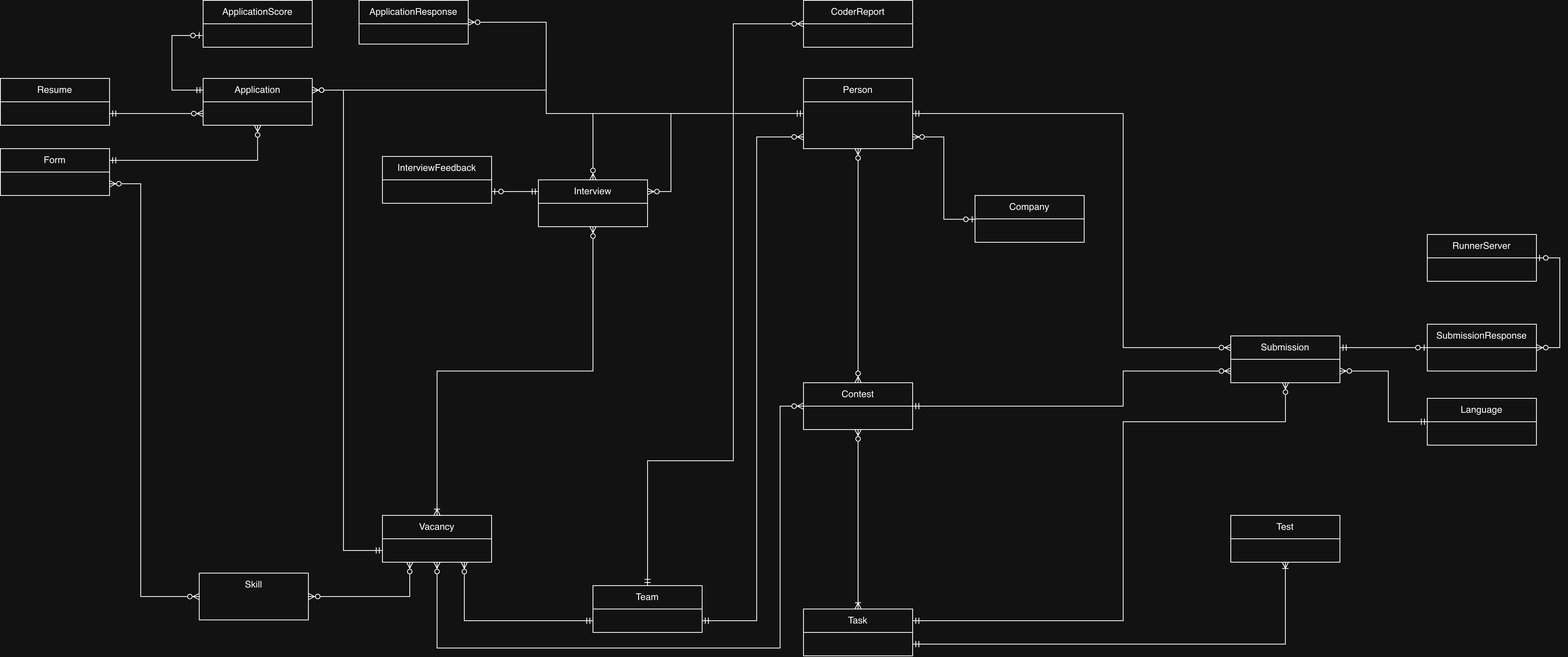
The draw.io diagram img/conceptual.drawio.png in safarislava/itmo-team, before a commit. Source tidied: cells renumbered, new cells last; positions are measured from the earlier drawing's top-left corner, leaving out a move shared by most shapes.
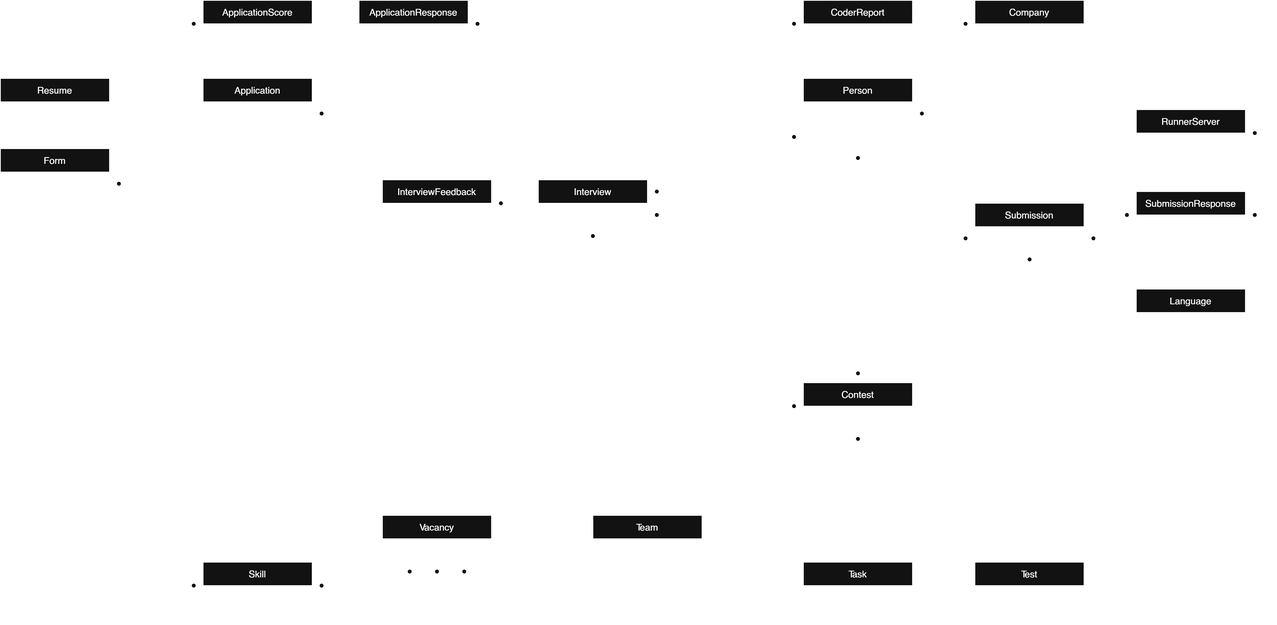
Later version of the same file.

What changed in the source:
```diff
@@ -5,3 +5,3 @@
     <mxCell id="2" value="Person" style="swimlane;fontStyle=0;horizontal=1;startSize=30;whiteSpace=wrap;html=1;" parent="1" vertex="1">
-      <mxGeometry x="1030" y="100" width="140" height="90" as="geometry" />
+      <mxGeometry x="1040" y="-170" width="140" height="90" as="geometry" />
     </mxCell>
@@ -14,3 +14,3 @@
     <mxCell id="5" value="Application" style="swimlane;fontStyle=0;horizontal=1;startSize=30;whiteSpace=wrap;html=1;" parent="1" vertex="1">
-      <mxGeometry x="260" y="100" width="140" height="60" as="geometry" />
+      <mxGeometry x="270" y="-170" width="140" height="60" as="geometry" />
     </mxCell>
@@ -20,3 +20,3 @@
     <mxCell id="7" value="Form" style="swimlane;fontStyle=0;horizontal=1;startSize=30;whiteSpace=wrap;html=1;" parent="1" vertex="1">
-      <mxGeometry y="190" width="140" height="60" as="geometry" />
+      <mxGeometry x="10" y="-80" width="140" height="60" as="geometry" />
     </mxCell>
@@ -26,3 +26,3 @@
     <mxCell id="9" value="Vacancy" style="swimlane;fontStyle=0;horizontal=1;startSize=30;whiteSpace=wrap;html=1;" parent="1" vertex="1">
-      <mxGeometry x="490" y="660" width="140" height="60" as="geometry" />
+      <mxGeometry x="500" y="390" width="140" height="60" as="geometry" />
     </mxCell>
@@ -32,6 +32,6 @@
     <mxCell id="11" value="Resume" style="swimlane;fontStyle=0;horizontal=1;startSize=30;whiteSpace=wrap;html=1;" parent="1" vertex="1">
-      <mxGeometry y="100" width="140" height="60" as="geometry" />
+      <mxGeometry x="10" y="-170" width="140" height="60" as="geometry" />
     </mxCell>
     <mxCell id="12" value="Company" style="swimlane;fontStyle=0;horizontal=1;startSize=30;whiteSpace=wrap;html=1;" parent="1" vertex="1">
-      <mxGeometry x="1250" y="250" width="140" height="60" as="geometry" />
+      <mxGeometry x="1260" y="-270" width="140" height="60" as="geometry" />
     </mxCell>
@@ -41,3 +41,3 @@
     <mxCell id="14" value="Task" style="swimlane;fontStyle=0;horizontal=1;startSize=30;whiteSpace=wrap;html=1;" parent="1" vertex="1">
-      <mxGeometry x="1030" y="780" width="140" height="60" as="geometry" />
+      <mxGeometry x="1040" y="450" width="140" height="60" as="geometry" />
     </mxCell>
@@ -47,3 +47,3 @@
     <mxCell id="16" value="Contest" style="swimlane;fontStyle=0;horizontal=1;startSize=30;whiteSpace=wrap;html=1;" parent="1" vertex="1">
-      <mxGeometry x="1030" y="490" width="140" height="60" as="geometry" />
+      <mxGeometry x="1040" y="220" width="140" height="60" as="geometry" />
     </mxCell>
@@ -53,3 +53,3 @@
     <mxCell id="18" value="Submission" style="swimlane;fontStyle=0;horizontal=1;startSize=30;whiteSpace=wrap;html=1;" parent="1" vertex="1">
-      <mxGeometry x="1578" y="430" width="140" height="60" as="geometry" />
+      <mxGeometry x="1260" y="-10" width="140" height="60" as="geometry" />
     </mxCell>
@@ -59,6 +59,6 @@
     <mxCell id="20" value="Team" style="swimlane;fontStyle=0;horizontal=1;startSize=30;whiteSpace=wrap;html=1;" parent="1" vertex="1">
-      <mxGeometry x="760" y="750" width="140" height="60" as="geometry" />
+      <mxGeometry x="770" y="390" width="140" height="60" as="geometry" />
     </mxCell>
     <mxCell id="21" value="Test" style="swimlane;fontStyle=0;horizontal=1;startSize=30;whiteSpace=wrap;html=1;" parent="1" vertex="1">
-      <mxGeometry x="1578" y="660" width="140" height="60" as="geometry" />
+      <mxGeometry x="1260" y="450" width="140" height="60" as="geometry" />
     </mxCell>
@@ -68,3 +68,3 @@
     <mxCell id="23" value="Language" style="swimlane;fontStyle=0;horizontal=1;startSize=30;whiteSpace=wrap;html=1;" parent="1" vertex="1">
-      <mxGeometry x="1830" y="510" width="140" height="60" as="geometry" />
+      <mxGeometry x="1467" y="100" width="140" height="60" as="geometry" />
     </mxCell>
@@ -74,9 +74,9 @@
     <mxCell id="25" value="ApplicationResponse" style="swimlane;fontStyle=0;horizontal=1;startSize=30;whiteSpace=wrap;html=1;swimlaneFillColor=none;perimeterSpacing=0;swimlaneLine=1;multiple=0;shadow=0;glass=0;rounded=0;" parent="1" vertex="1">
-      <mxGeometry x="460" width="140" height="56" as="geometry" />
+      <mxGeometry x="470" y="-270" width="140" height="60" as="geometry" />
     </mxCell>
     <mxCell id="26" style="shape=partialRectangle;fillColor=none;top=0;left=0;bottom=0;right=0;align=left;verticalAlign=middle;spacingLeft=6;spacingRight=4;overflow=hidden;whiteSpace=wrap;html=1;fontSize=11;" parent="25" vertex="1">
-      <mxGeometry y="30" width="140" height="26" as="geometry" />
+      <mxGeometry y="30" width="140" height="30" as="geometry" />
     </mxCell>
     <mxCell id="27" value="ApplicationScore" style="swimlane;fontStyle=0;horizontal=1;startSize=30;whiteSpace=wrap;html=1;" parent="1" vertex="1">
-      <mxGeometry x="260" width="140" height="60" as="geometry" />
+      <mxGeometry x="270" y="-270" width="140" height="60" as="geometry" />
     </mxCell>
@@ -86,3 +86,3 @@
     <mxCell id="29" value="Interview" style="swimlane;fontStyle=0;horizontal=1;startSize=30;whiteSpace=wrap;html=1;" parent="1" vertex="1">
-      <mxGeometry x="690" y="230" width="140" height="60" as="geometry" />
+      <mxGeometry x="700" y="-40" width="140" height="60" as="geometry" />
     </mxCell>
@@ -92,3 +92,3 @@
     <mxCell id="31" value="InterviewFeedback" style="swimlane;fontStyle=0;horizontal=1;startSize=30;whiteSpace=wrap;html=1;" parent="1" vertex="1">
-      <mxGeometry x="490" y="200" width="140" height="60" as="geometry" />
+      <mxGeometry x="500" y="-40" width="140" height="60" as="geometry" />
     </mxCell>
@@ -98,3 +98,3 @@
     <mxCell id="33" value="RunnerServer" style="swimlane;fontStyle=0;horizontal=1;startSize=30;whiteSpace=wrap;html=1;" parent="1" vertex="1">
-      <mxGeometry x="1830" y="300" width="140" height="60" as="geometry" />
+      <mxGeometry x="1467" y="-130" width="140" height="60" as="geometry" />
     </mxCell>
@@ -104,3 +104,3 @@
     <mxCell id="35" value="CoderReport" style="swimlane;fontStyle=0;horizontal=1;startSize=30;whiteSpace=wrap;html=1;" parent="1" vertex="1">
-      <mxGeometry x="1030" width="140" height="60" as="geometry" />
+      <mxGeometry x="1040" y="-270" width="140" height="60" as="geometry" />
     </mxCell>
@@ -109,7 +109,7 @@
     </mxCell>
-    <mxCell id="37" style="edgeStyle=orthogonalEdgeStyle;fontSize=12;html=1;endArrow=ERzeroToMany;startArrow=ERzeroToOne;rounded=0;exitX=0.002;exitY=0.017;exitDx=0;exitDy=0;entryX=1;entryY=0.5;entryDx=0;entryDy=0;exitPerimeter=0;" parent="1" edge="1" source="13" target="4">
-      <mxGeometry x="-0.08" relative="1" as="geometry">
+    <mxCell id="37" style="edgeStyle=orthogonalEdgeStyle;fontSize=12;html=1;endArrow=ERzeroToMany;startArrow=ERzeroToOne;rounded=0;exitX=0;exitY=0.5;exitDx=0;exitDy=0;entryX=1;entryY=0.5;entryDx=0;entryDy=0;" parent="1" edge="1" source="12" target="3">
+      <mxGeometry x="0.13" relative="1" as="geometry">
         <Array as="points">
-          <mxPoint x="1210" y="280.5" />
-          <mxPoint x="1210" y="175" />
+          <mxPoint x="1220" y="-240" />
+          <mxPoint x="1220" y="-125" />
         </Array>
@@ -117,7 +117,7 @@
     </mxCell>
-    <mxCell id="38" style="edgeStyle=orthogonalEdgeStyle;fontSize=12;html=1;endArrow=ERzeroToMany;startArrow=ERmandOne;rounded=0;entryX=0;entryY=0.5;entryDx=0;entryDy=0;exitX=1;exitY=0.75;exitDx=0;exitDy=0;startFill=0;" parent="1" edge="1" source="20" target="4">
-      <mxGeometry x="0.15" relative="1" as="geometry">
+    <mxCell id="38" style="edgeStyle=orthogonalEdgeStyle;fontSize=12;html=1;endArrow=ERzeroToMany;startArrow=ERmandOne;rounded=0;entryX=0;entryY=0.5;entryDx=0;entryDy=0;exitX=1;exitY=0.5;exitDx=0;exitDy=0;startFill=0;" parent="1" edge="1" source="20" target="4">
+      <mxGeometry x="-0.11" relative="1" as="geometry">
         <Array as="points">
-          <mxPoint x="970" y="795" />
-          <mxPoint x="970" y="175" />
+          <mxPoint x="980" y="420" />
+          <mxPoint x="980" y="-95" />
         </Array>
@@ -128,5 +128,5 @@
         <Array as="points">
-          <mxPoint x="830" y="590" />
-          <mxPoint x="940" y="590" />
-          <mxPoint x="940" y="145" />
+          <mxPoint x="840" y="320" />
+          <mxPoint x="940" y="320" />
+          <mxPoint x="940" y="-125" />
         </Array>
@@ -140,7 +140,7 @@
     </mxCell>
-    <mxCell id="42" style="edgeStyle=orthogonalEdgeStyle;fontSize=12;html=1;endArrow=ERzeroToMany;startArrow=ERmandOne;rounded=0;exitX=0;exitY=0.5;exitDx=0;exitDy=0;entryX=1;entryY=0.25;entryDx=0;entryDy=0;" parent="1" edge="1" source="10" target="5">
-      <mxGeometry relative="1" as="geometry">
+    <mxCell id="42" style="edgeStyle=orthogonalEdgeStyle;fontSize=12;html=1;endArrow=ERzeroToMany;startArrow=ERmandOne;rounded=0;exitX=0;exitY=0.5;exitDx=0;exitDy=0;entryX=1;entryY=0.5;entryDx=0;entryDy=0;" parent="1" edge="1" source="10" target="6">
+      <mxGeometry x="0.04" relative="1" as="geometry">
         <Array as="points">
-          <mxPoint x="440" y="705" />
-          <mxPoint x="440" y="115" />
+          <mxPoint x="450" y="435" />
+          <mxPoint x="450" y="-125" />
         </Array>
@@ -151,4 +151,4 @@
         <Array as="points">
-          <mxPoint x="700" y="115" />
-          <mxPoint x="700" y="145" />
+          <mxPoint x="710" y="-155" />
+          <mxPoint x="710" y="-125" />
         </Array>
@@ -159,4 +159,4 @@
         <Array as="points">
-          <mxPoint x="700" y="145" />
-          <mxPoint x="700" y="28" />
+          <mxPoint x="710" y="-125" />
+          <mxPoint x="710" y="-240" />
         </Array>
@@ -164,7 +164,7 @@
     </mxCell>
-    <mxCell id="45" style="edgeStyle=orthogonalEdgeStyle;fontSize=12;html=1;endArrow=ERzeroToOne;startArrow=ERmandOne;rounded=0;exitX=0;exitY=0.25;exitDx=0;exitDy=0;entryX=0;entryY=0.5;entryDx=0;entryDy=0;" parent="1" edge="1" source="5" target="28">
-      <mxGeometry x="0.61" relative="1" as="geometry">
+    <mxCell id="45" style="edgeStyle=orthogonalEdgeStyle;fontSize=12;html=1;endArrow=ERzeroToOne;startArrow=ERmandOne;rounded=0;exitX=0;exitY=0.25;exitDx=0;exitDy=0;entryX=0;entryY=0.5;entryDx=0;entryDy=0;" parent="1" edge="1" source="5" target="27">
+      <mxGeometry x="0.45" relative="1" as="geometry">
         <Array as="points">
-          <mxPoint x="220" y="115" />
-          <mxPoint x="220" y="45" />
+          <mxPoint x="230" y="-155" />
+          <mxPoint x="230" y="-240" />
         </Array>
@@ -172,15 +172,18 @@
     </mxCell>
-    <mxCell id="46" style="edgeStyle=orthogonalEdgeStyle;fontSize=12;html=1;endArrow=ERzeroToMany;startArrow=ERmandOne;rounded=0;exitX=0;exitY=0.5;exitDx=0;exitDy=0;entryX=0.75;entryY=1;entryDx=0;entryDy=0;" parent="1" edge="1" target="9">
+    <mxCell id="46" style="edgeStyle=orthogonalEdgeStyle;fontSize=12;html=1;endArrow=ERzeroToMany;startArrow=ERmandOne;rounded=0;exitX=0.5;exitY=1;exitDx=0;exitDy=0;entryX=0.75;entryY=1;entryDx=0;entryDy=0;" parent="1" edge="1" source="20" target="9">
       <mxGeometry x="-0.07" relative="1" as="geometry">
-        <mxPoint x="760" y="795" as="sourcePoint" />
+        <Array as="points">
+          <mxPoint x="840" y="480" />
+          <mxPoint x="605" y="480" />
+        </Array>
       </mxGeometry>
     </mxCell>
-    <mxCell id="47" style="edgeStyle=orthogonalEdgeStyle;fontSize=12;html=1;endArrow=ERzeroToOne;startArrow=ERmandOne;rounded=0;exitX=0;exitY=0.25;exitDx=0;exitDy=0;" parent="1" edge="1" source="29" target="32">
+    <mxCell id="47" style="edgeStyle=orthogonalEdgeStyle;fontSize=12;html=1;endArrow=ERzeroToOne;startArrow=ERmandOne;rounded=0;exitX=0;exitY=0.5;exitDx=0;exitDy=0;entryX=1;entryY=0.5;entryDx=0;entryDy=0;" parent="1" edge="1" source="29" target="31">
       <mxGeometry relative="1" as="geometry" />
     </mxCell>
-    <mxCell id="48" style="edgeStyle=orthogonalEdgeStyle;fontSize=12;html=1;endArrow=ERzeroToMany;startArrow=ERmandOne;rounded=0;exitX=0;exitY=0.5;exitDx=0;exitDy=0;entryX=1;entryY=0.25;entryDx=0;entryDy=0;" parent="1" edge="1" source="3" target="29">
-      <mxGeometry x="0.22" relative="1" as="geometry">
+    <mxCell id="48" style="edgeStyle=orthogonalEdgeStyle;fontSize=12;html=1;endArrow=ERzeroToMany;startArrow=ERmandOne;rounded=0;exitX=0;exitY=0.5;exitDx=0;exitDy=0;entryX=1;entryY=0.5;entryDx=0;entryDy=0;" parent="1" edge="1" source="3" target="30">
+      <mxGeometry x="0.11" relative="1" as="geometry">
         <Array as="points">
-          <mxPoint x="860" y="145" />
-          <mxPoint x="860" y="245" />
+          <mxPoint x="870" y="-125" />
+          <mxPoint x="870" y="5" />
         </Array>
@@ -188,10 +191,15 @@
     </mxCell>
-    <mxCell id="49" style="edgeStyle=orthogonalEdgeStyle;fontSize=12;html=1;endArrow=ERzeroToMany;startArrow=ERmandOne;rounded=0;exitX=0;exitY=0.5;exitDx=0;exitDy=0;entryX=0.5;entryY=0;entryDx=0;entryDy=0;" parent="1" edge="1" source="3" target="29">
-      <mxGeometry x="-0.31" relative="1" as="geometry" />
+    <mxCell id="49" style="edgeStyle=orthogonalEdgeStyle;fontSize=12;html=1;endArrow=ERzeroToMany;startArrow=ERmandOne;rounded=0;exitX=0;exitY=0.5;exitDx=0;exitDy=0;entryX=1;entryY=0.25;entryDx=0;entryDy=0;" parent="1" edge="1" source="3" target="29">
+      <mxGeometry x="-0.31" relative="1" as="geometry">
+        <Array as="points">
+          <mxPoint x="870" y="-125" />
+          <mxPoint x="870" y="-25" />
+        </Array>
+      </mxGeometry>
     </mxCell>
     <mxCell id="50" style="edgeStyle=orthogonalEdgeStyle;fontSize=12;html=1;endArrow=ERzeroToMany;startArrow=ERmandOne;rounded=0;exitX=0.003;exitY=0.001;exitDx=0;exitDy=0;entryX=1;entryY=0.5;entryDx=0;entryDy=0;exitPerimeter=0;" parent="1" edge="1" source="24" target="19">
-      <mxGeometry x="0.02" relative="1" as="geometry">
+      <mxGeometry x="0.03" relative="1" as="geometry">
         <Array as="points">
-          <mxPoint x="1780" y="540" />
-          <mxPoint x="1780" y="475" />
+          <mxPoint x="1430" y="130" />
+          <mxPoint x="1430" y="35" />
         </Array>
@@ -202,27 +210,17 @@
     </mxCell>
-    <mxCell id="52" style="edgeStyle=orthogonalEdgeStyle;fontSize=12;html=1;endArrow=ERoneToMany;startArrow=ERmandOne;rounded=0;exitX=1;exitY=0.75;exitDx=0;exitDy=0;entryX=0.5;entryY=1;entryDx=0;entryDy=0;" parent="1" edge="1" source="14" target="21">
+    <mxCell id="52" style="edgeStyle=orthogonalEdgeStyle;fontSize=12;html=1;endArrow=ERoneToMany;startArrow=ERmandOne;rounded=0;exitX=1;exitY=0.75;exitDx=0;exitDy=0;entryX=0;entryY=0.5;entryDx=0;entryDy=0;" parent="1" edge="1" source="14" target="22">
       <mxGeometry x="-0.31" relative="1" as="geometry" />
     </mxCell>
-    <mxCell id="53" style="edgeStyle=orthogonalEdgeStyle;fontSize=12;html=1;endArrow=ERzeroToMany;startArrow=ERmandOne;rounded=0;entryX=0;entryY=0.25;entryDx=0;entryDy=0;exitX=1;exitY=0.5;exitDx=0;exitDy=0;endFill=0;" parent="1" edge="1" source="3" target="18">
-      <mxGeometry x="0.1" relative="1" as="geometry">
-        <Array as="points">
-          <mxPoint x="1440" y="145" />
-          <mxPoint x="1440" y="445" />
-        </Array>
-      </mxGeometry>
+    <mxCell id="53" style="edgeStyle=orthogonalEdgeStyle;fontSize=12;html=1;endArrow=ERzeroToMany;startArrow=ERmandOne;rounded=0;entryX=0;entryY=0.25;entryDx=0;entryDy=0;exitX=1;exitY=0.5;exitDx=0;exitDy=0;endFill=0;" parent="1" edge="1" source="4" target="18">
+      <mxGeometry x="0.06" relative="1" as="geometry" />
     </mxCell>
     <mxCell id="54" style="edgeStyle=orthogonalEdgeStyle;fontSize=12;html=1;endArrow=ERzeroToMany;startArrow=ERmandOne;rounded=0;exitX=1;exitY=0.5;exitDx=0;exitDy=0;entryX=0;entryY=0.5;entryDx=0;entryDy=0;" parent="1" edge="1" source="16" target="19">
-      <mxGeometry x="-0.03" relative="1" as="geometry">
-        <Array as="points">
-          <mxPoint x="1440" y="520" />
-          <mxPoint x="1440" y="475" />
-        </Array>
-      </mxGeometry>
+      <mxGeometry x="-0.03" relative="1" as="geometry" />
     </mxCell>
     <mxCell id="55" style="edgeStyle=orthogonalEdgeStyle;fontSize=12;html=1;endArrow=ERzeroToMany;startArrow=ERmandOne;rounded=0;exitX=1;exitY=0.25;exitDx=0;exitDy=0;entryX=0.501;entryY=0.999;entryDx=0;entryDy=0;entryPerimeter=0;" parent="1" edge="1" source="14" target="19">
-      <mxGeometry x="0.08" relative="1" as="geometry">
+      <mxGeometry x="-0.04" relative="1" as="geometry">
         <Array as="points">
-          <mxPoint x="1440" y="795" />
-          <mxPoint x="1440" y="540" />
-          <mxPoint x="1648.1" y="540" />
+          <mxPoint x="1230" y="465" />
+          <mxPoint x="1230" y="330" />
+          <mxPoint x="1330.1" y="330" />
         </Array>
@@ -236,5 +234,5 @@
         <Array as="points">
-          <mxPoint x="560" y="830" />
-          <mxPoint x="1000" y="830" />
-          <mxPoint x="1000" y="520" />
+          <mxPoint x="570" y="520" />
+          <mxPoint x="1020" y="520" />
+          <mxPoint x="1020" y="250" />
         </Array>
@@ -248,4 +246,4 @@
         <Array as="points">
-          <mxPoint x="940" y="145" />
-          <mxPoint x="940" y="30" />
+          <mxPoint x="940" y="-125" />
+          <mxPoint x="940" y="-240" />
         </Array>
@@ -253,4 +251,4 @@
     </mxCell>
-    <mxCell id="60" value="Skill" style="swimlane;fontStyle=0;horizontal=1;startSize=30;whiteSpace=wrap;html=1;swimlaneLine=0;" parent="1" vertex="1">
-      <mxGeometry x="255" y="734" width="140" height="60" as="geometry" />
+    <mxCell id="60" value="Skill" style="swimlane;fontStyle=0;horizontal=1;startSize=30;whiteSpace=wrap;html=1;swimlaneLine=1;" parent="1" vertex="1">
+      <mxGeometry x="270" y="450" width="140" height="60" as="geometry" />
     </mxCell>
@@ -260,6 +258,6 @@
     <mxCell id="62" style="edgeStyle=orthogonalEdgeStyle;fontSize=12;html=1;endArrow=ERzeroToMany;endFill=1;startArrow=ERzeroToMany;rounded=0;defaultLabelBackgroundColor=page;exitX=0;exitY=0.5;exitDx=0;exitDy=0;jumpStyle=arc;entryX=1;entryY=0.5;entryDx=0;entryDy=0;" parent="1" edge="1" source="60" target="8">
-      <mxGeometry relative="1" as="geometry">
+      <mxGeometry x="-0.05" relative="1" as="geometry">
         <Array as="points">
-          <mxPoint x="180" y="764" />
-          <mxPoint x="180" y="235" />
+          <mxPoint x="190" y="480" />
+          <mxPoint x="190" y="-35" />
         </Array>
@@ -271,3 +269,3 @@
     <mxCell id="64" value="SubmissionResponse" style="swimlane;fontStyle=0;horizontal=1;startSize=30;whiteSpace=wrap;html=1;" parent="1" vertex="1">
-      <mxGeometry x="1830" y="415" width="140" height="60" as="geometry" />
+      <mxGeometry x="1467" y="-25" width="140" height="60" as="geometry" />
     </mxCell>
@@ -279,2 +277,12 @@
     </mxCell>
+    <mxCell id="67" style="edgeStyle=orthogonalEdgeStyle;fontSize=12;html=1;endArrow=ERzeroToMany;startArrow=ERmandOne;rounded=0;exitX=0;exitY=0.25;exitDx=0;exitDy=0;entryX=0;entryY=0.5;entryDx=0;entryDy=0;endFill=0;" parent="1" edge="1" source="5" target="25">
+      <mxGeometry x="0.02" relative="1" as="geometry">
+        <Array as="points">
+          <mxPoint x="230" y="-155" />
+          <mxPoint x="230" y="-190" />
+          <mxPoint x="440" y="-190" />
+          <mxPoint x="440" y="-240" />
+        </Array>
+      </mxGeometry>
+    </mxCell>
   </root>
```
